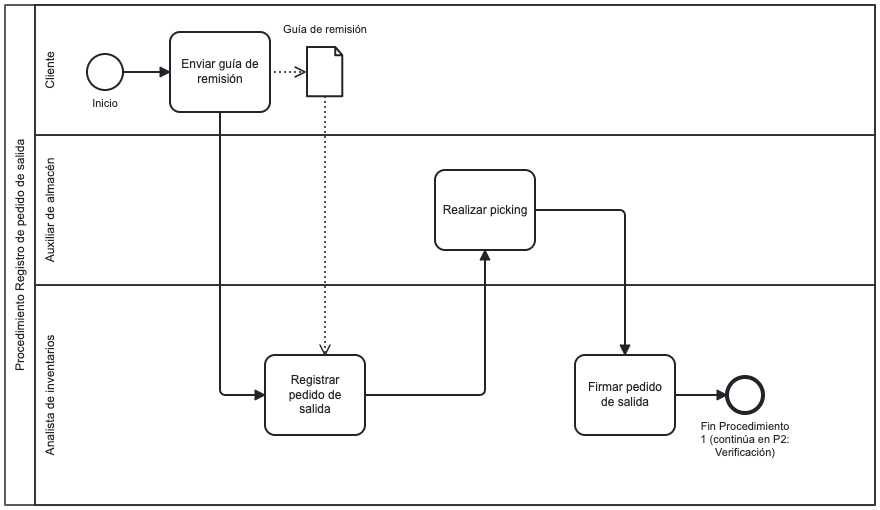
Earlier version of the BPMN export docs/entregable_3/imagenes/des_p1_registro.png (DGO2022/procesos-cologistic). Its source is kept beside it as macro-operativos/despacho/des_p1_registro.bpmn. Ids are renumbered. Source of this version:
```xml
<bpmn:definitions
  xmlns:bpmn="http://www.omg.org/spec/BPMN/20100524/MODEL"
  xmlns:bpmndi="http://www.omg.org/spec/BPMN/20100524/DI"
  xmlns:dc="http://www.omg.org/spec/DD/20100524/DC"
  xmlns:di="http://www.omg.org/spec/DD/20100524/DI" id="Definitions_1" targetNamespace="http://bpmn.io/schema/bpmn" exporter="Camunda Modeler" exporterVersion="5.22.0"
  xmlns:zeebe="http://camunda.org/schema/zeebe/1.0" modeler:executionPlatform="Camunda Cloud" modeler:executionPlatformVersion="8.9.0">
  <bpmn:collaboration id="Collaboration_1">
    <bpmn:participant id="Participant_1" name="Procedimiento Registro de pedido de salida" processRef="Process_Despacho_Registro" />
  </bpmn:collaboration>
  <bpmn:process id="Process_Despacho_Registro" isExecutable="true">
    <bpmn:documentation>Co Logistic SAC — Proceso: Despacho de mercadería
Procedimiento 1: Registro de pedido de salida
Fuente: 2-Despacho.txt, 6-Merchandising.txt, 11-Explicacion_de_reporte-detalle.txt
"Registrar pedido de salida" incluye: código y cantidad por línea, consulta de zona y stock, selección de lote/FV aplicando FEFO si hay varias fechas, y registro de pallets/factor o unidades según unidad comercial.
El Auxiliar realiza el picking físico con la información de zona y ubicación que provee el sistema.
Pools/Lanes: Cliente, Auxiliar de almacén, Analista de inventarios</bpmn:documentation>
    <bpmn:laneSet id="LaneSet_1">
      <bpmn:lane id="Lane_Cliente" name="Cliente">
        <bpmn:flowNodeRef>StartEvent_1</bpmn:flowNodeRef>
        <bpmn:flowNodeRef>Task_1</bpmn:flowNodeRef>
      </bpmn:lane>
      <bpmn:lane id="Lane_Auxiliar" name="Auxiliar de almacén">
        <bpmn:flowNodeRef>Task_2b</bpmn:flowNodeRef>
      </bpmn:lane>
      <bpmn:lane id="Lane_Analista_Inventarios" name="Analista de inventarios">
        <bpmn:flowNodeRef>Task_2</bpmn:flowNodeRef>
        <bpmn:flowNodeRef>Task_3</bpmn:flowNodeRef>
        <bpmn:flowNodeRef>EndEvent_1</bpmn:flowNodeRef>
      </bpmn:lane>
    </bpmn:laneSet>
    <bpmn:startEvent id="StartEvent_1" name="Inicio">
      <bpmn:outgoing>Flow_1</bpmn:outgoing>
    </bpmn:startEvent>
    <bpmn:task id="Task_1" name="Enviar guía de remisión">
      <bpmn:incoming>Flow_1</bpmn:incoming>
      <bpmn:outgoing>Flow_2</bpmn:outgoing>
      <bpmn:dataOutputAssociation id="DataOutputAssociation_1">
        <bpmn:targetRef>DataObjectReference_1</bpmn:targetRef>
      </bpmn:dataOutputAssociation>
    </bpmn:task>
    <bpmn:task id="Task_2" name="Registrar pedido de salida">
      <bpmn:incoming>Flow_2</bpmn:incoming>
      <bpmn:outgoing>Flow_3</bpmn:outgoing>
      <bpmn:property id="Property_1" name="__targetRef_placeholder" />
      <bpmn:dataInputAssociation id="DataInputAssociation_1">
        <bpmn:sourceRef>DataObjectReference_1</bpmn:sourceRef>
        <bpmn:targetRef>Property_1</bpmn:targetRef>
      </bpmn:dataInputAssociation>
    </bpmn:task>
    <bpmn:task id="Task_2b" name="Realizar picking">
      <bpmn:incoming>Flow_3</bpmn:incoming>
      <bpmn:outgoing>Flow_4</bpmn:outgoing>
    </bpmn:task>
    <bpmn:task id="Task_3" name="Firmar pedido de salida">
      <bpmn:incoming>Flow_4</bpmn:incoming>
      <bpmn:outgoing>Flow_5</bpmn:outgoing>
    </bpmn:task>
    <bpmn:endEvent id="EndEvent_1" name="Fin Procedimiento 1 (continúa en P2: Verificación)">
      <bpmn:incoming>Flow_5</bpmn:incoming>
    </bpmn:endEvent>
    <bpmn:sequenceFlow id="Flow_1" sourceRef="StartEvent_1" targetRef="Task_1" />
    <bpmn:sequenceFlow id="Flow_2" sourceRef="Task_1" targetRef="Task_2" />
    <bpmn:sequenceFlow id="Flow_3" sourceRef="Task_2" targetRef="Task_2b" />
    <bpmn:sequenceFlow id="Flow_4" sourceRef="Task_2b" targetRef="Task_3" />
    <bpmn:sequenceFlow id="Flow_5" sourceRef="Task_3" targetRef="EndEvent_1" />
    <bpmn:dataObjectReference id="DataObjectReference_1" name="Guía de remisión" dataObjectRef="DataObject_1" />
    <bpmn:dataObject id="DataObject_1" />
  </bpmn:process>
  <bpmndi:BPMNDiagram id="BPMNDiagram_1">
    <bpmndi:BPMNPlane id="BPMNPlane_1" bpmnElement="Collaboration_1">
      <bpmndi:BPMNShape id="Participant_1_di" bpmnElement="Participant_1" isHorizontal="true">
        <dc:Bounds x="130" y="80" width="870" height="500" />
      </bpmndi:BPMNShape>
      <bpmndi:BPMNShape id="Lane_Analista_Inventarios_di" bpmnElement="Lane_Analista_Inventarios" isHorizontal="true">
        <dc:Bounds x="160" y="360" width="840" height="220" />
      </bpmndi:BPMNShape>
      <bpmndi:BPMNShape id="Lane_Auxiliar_di" bpmnElement="Lane_Auxiliar" isHorizontal="true">
        <dc:Bounds x="160" y="210" width="840" height="150" />
      </bpmndi:BPMNShape>
      <bpmndi:BPMNShape id="Lane_Cliente_di" bpmnElement="Lane_Cliente" isHorizontal="true">
        <dc:Bounds x="160" y="80" width="840" height="130" />
      </bpmndi:BPMNShape>
      <bpmndi:BPMNShape id="StartEvent_1_di" bpmnElement="StartEvent_1">
        <dc:Bounds x="212" y="129" width="36" height="36" />
        <bpmndi:BPMNLabel>
          <dc:Bounds x="215" y="172" width="30" height="14" />
        </bpmndi:BPMNLabel>
      </bpmndi:BPMNShape>
      <bpmndi:BPMNShape id="Task_1_di" bpmnElement="Task_1">
        <dc:Bounds x="295" y="107" width="100" height="80" />
      </bpmndi:BPMNShape>
      <bpmndi:BPMNShape id="Task_2_di" bpmnElement="Task_2">
        <dc:Bounds x="390" y="430" width="100" height="80" />
      </bpmndi:BPMNShape>
      <bpmndi:BPMNShape id="Task_2b_di" bpmnElement="Task_2b">
        <dc:Bounds x="560" y="245" width="100" height="80" />
      </bpmndi:BPMNShape>
      <bpmndi:BPMNShape id="Task_3_di" bpmnElement="Task_3">
        <dc:Bounds x="700" y="430" width="100" height="80" />
      </bpmndi:BPMNShape>
      <bpmndi:BPMNShape id="EndEvent_1_di" bpmnElement="EndEvent_1">
        <dc:Bounds x="852" y="452" width="36" height="36" />
        <bpmndi:BPMNLabel>
          <dc:Bounds x="825" y="495" width="90" height="27" />
        </bpmndi:BPMNLabel>
      </bpmndi:BPMNShape>
      <bpmndi:BPMNShape id="DataObjectReference_1_di" bpmnElement="DataObjectReference_1">
        <dc:Bounds x="432" y="122" width="36" height="50" />
        <bpmndi:BPMNLabel>
          <dc:Bounds x="408" y="98" width="84" height="14" />
        </bpmndi:BPMNLabel>
      </bpmndi:BPMNShape>
      <bpmndi:BPMNEdge id="Flow_1_di" bpmnElement="Flow_1">
        <di:waypoint x="248" y="147" />
        <di:waypoint x="295" y="147" />
      </bpmndi:BPMNEdge>
      <bpmndi:BPMNEdge id="Flow_2_di" bpmnElement="Flow_2">
        <di:waypoint x="345" y="187" />
        <di:waypoint x="345" y="470" />
        <di:waypoint x="390" y="470" />
      </bpmndi:BPMNEdge>
      <bpmndi:BPMNEdge id="Flow_3_di" bpmnElement="Flow_3">
        <di:waypoint x="490" y="470" />
        <di:waypoint x="610" y="470" />
        <di:waypoint x="610" y="325" />
      </bpmndi:BPMNEdge>
      <bpmndi:BPMNEdge id="Flow_4_di" bpmnElement="Flow_4">
        <di:waypoint x="660" y="285" />
        <di:waypoint x="750" y="285" />
        <di:waypoint x="750" y="430" />
      </bpmndi:BPMNEdge>
      <bpmndi:BPMNEdge id="Flow_5_di" bpmnElement="Flow_5">
        <di:waypoint x="800" y="470" />
        <di:waypoint x="852" y="470" />
      </bpmndi:BPMNEdge>
      <bpmndi:BPMNEdge id="DataOutputAssociation_1_di" bpmnElement="DataOutputAssociation_1">
        <di:waypoint x="395" y="147" />
        <di:waypoint x="430" y="147" />
      </bpmndi:BPMNEdge>
      <bpmndi:BPMNEdge id="DataInputAssociation_1_di" bpmnElement="DataInputAssociation_1">
        <di:waypoint x="450" y="172" />
        <di:waypoint x="450" y="430" />
      </bpmndi:BPMNEdge>
    </bpmndi:BPMNPlane>
  </bpmndi:BPMNDiagram>
</bpmn:definitions>
```
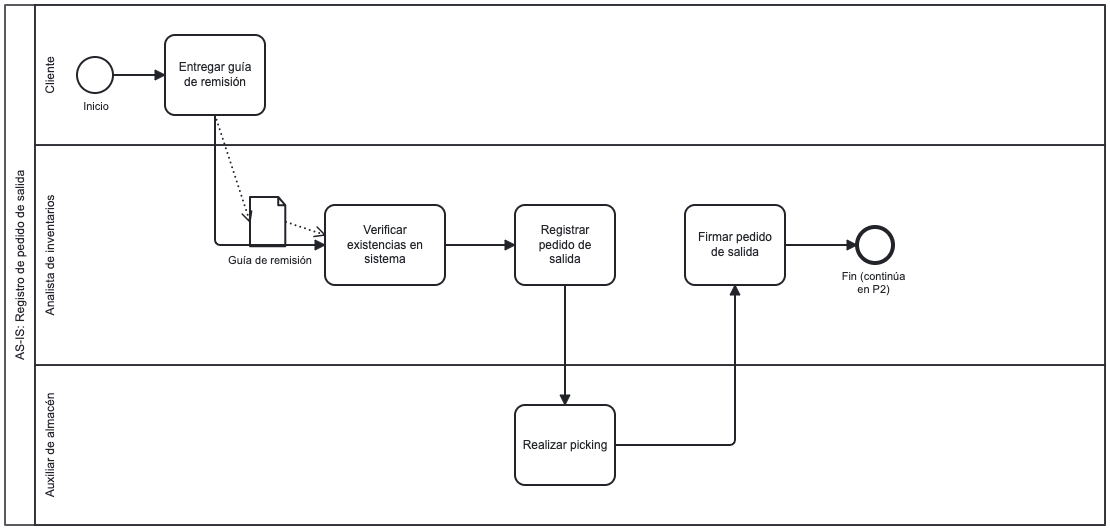
After the commit.

What changed in the source:
```diff
@@ -1,145 +1,155 @@
 <bpmn:definitions
   xmlns:bpmn="http://www.omg.org/spec/BPMN/20100524/MODEL"
+
   xmlns:bpmndi="http://www.omg.org/spec/BPMN/20100524/DI"
+
   xmlns:dc="http://www.omg.org/spec/DD/20100524/DC"
-  xmlns:di="http://www.omg.org/spec/DD/20100524/DI" id="Definitions_1" targetNamespace="http://bpmn.io/schema/bpmn" exporter="Camunda Modeler" exporterVersion="5.22.0"
+
+  xmlns:di="http://www.omg.org/spec/DD/20100524/DI"
+  id="Definitions_1" targetNamespace="http://bpmn.io/schema/bpmn"
+  exporter="Camunda Modeler" exporterVersion="5.22.0"
   xmlns:zeebe="http://camunda.org/schema/zeebe/1.0" modeler:executionPlatform="Camunda Cloud" modeler:executionPlatformVersion="8.9.0">
   <bpmn:collaboration id="Collaboration_1">
-    <bpmn:participant id="Participant_1" name="Procedimiento Registro de pedido de salida" processRef="Process_Despacho_Registro" />
+    <bpmn:participant id="Participant_1" name="AS-IS: Registro de pedido de salida" processRef="Proc_des_p1" />
   </bpmn:collaboration>
-  <bpmn:process id="Process_Despacho_Registro" isExecutable="true">
-    <bpmn:documentation>Co Logistic SAC — Proceso: Despacho de mercadería
-Procedimiento 1: Registro de pedido de salida
-Fuente: 2-Despacho.txt, 6-Merchandising.txt, 11-Explicacion_de_reporte-detalle.txt
-"Registrar pedido de salida" incluye: código y cantidad por línea, consulta de zona y stock, selección de lote/FV aplicando FEFO si hay varias fechas, y registro de pallets/factor o unidades según unidad comercial.
-El Auxiliar realiza el picking físico con la información de zona y ubicación que provee el sistema.
-Pools/Lanes: Cliente, Auxiliar de almacén, Analista de inventarios</bpmn:documentation>
+  <bpmn:process id="Proc_des_p1" isExecutable="true">
+    <bpmn:documentation>AS-IS — Despacho P1. El analista verifica existencias en sistema antes de registrar el pedido de salida. La guía del cliente describe qué debe salir.</bpmn:documentation>
     <bpmn:laneSet id="LaneSet_1">
-      <bpmn:lane id="Lane_Cliente" name="Cliente">
-        <bpmn:flowNodeRef>StartEvent_1</bpmn:flowNodeRef>
-        <bpmn:flowNodeRef>Task_1</bpmn:flowNodeRef>
+      <bpmn:lane id="LC" name="Cliente">
+        <bpmn:flowNodeRef>Start_1</bpmn:flowNodeRef>
+        <bpmn:flowNodeRef>T1</bpmn:flowNodeRef>
       </bpmn:lane>
-      <bpmn:lane id="Lane_Auxiliar" name="Auxiliar de almacén">
-        <bpmn:flowNodeRef>Task_2b</bpmn:flowNodeRef>
+      <bpmn:lane id="LA" name="Analista de inventarios">
+        <bpmn:flowNodeRef>T2</bpmn:flowNodeRef>
+        <bpmn:flowNodeRef>T3</bpmn:flowNodeRef>
+        <bpmn:flowNodeRef>T5</bpmn:flowNodeRef>
+        <bpmn:flowNodeRef>End_1</bpmn:flowNodeRef>
       </bpmn:lane>
-      <bpmn:lane id="Lane_Analista_Inventarios" name="Analista de inventarios">
-        <bpmn:flowNodeRef>Task_2</bpmn:flowNodeRef>
-        <bpmn:flowNodeRef>Task_3</bpmn:flowNodeRef>
-        <bpmn:flowNodeRef>EndEvent_1</bpmn:flowNodeRef>
+      <bpmn:lane id="LAux" name="Auxiliar de almacén">
+        <bpmn:flowNodeRef>T4</bpmn:flowNodeRef>
       </bpmn:lane>
     </bpmn:laneSet>
-    <bpmn:startEvent id="StartEvent_1" name="Inicio">
-      <bpmn:outgoing>Flow_1</bpmn:outgoing>
+    <bpmn:dataObject id="DO_guia" name="Guía de remisión"/>
+    <bpmn:dataObjectReference id="DOR_guia" name="Guía de remisión" dataObjectRef="DO_guia"/>
+    <bpmn:startEvent id="Start_1" name="Inicio">
+      <bpmn:outgoing>F1</bpmn:outgoing>
     </bpmn:startEvent>
-    <bpmn:task id="Task_1" name="Enviar guía de remisión">
-      <bpmn:incoming>Flow_1</bpmn:incoming>
-      <bpmn:outgoing>Flow_2</bpmn:outgoing>
-      <bpmn:dataOutputAssociation id="DataOutputAssociation_1">
-        <bpmn:targetRef>DataObjectReference_1</bpmn:targetRef>
+    <bpmn:task id="T1" name="Entregar guía de remisión">
+      <bpmn:incoming>F1</bpmn:incoming>
+      <bpmn:outgoing>F2</bpmn:outgoing>
+      <bpmn:dataOutputAssociation id="DOA1">
+        <bpmn:targetRef>DOR_guia</bpmn:targetRef>
       </bpmn:dataOutputAssociation>
     </bpmn:task>
-    <bpmn:task id="Task_2" name="Registrar pedido de salida">
-      <bpmn:incoming>Flow_2</bpmn:incoming>
-      <bpmn:outgoing>Flow_3</bpmn:outgoing>
-      <bpmn:property id="Property_1" name="__targetRef_placeholder" />
-      <bpmn:dataInputAssociation id="DataInputAssociation_1">
-        <bpmn:sourceRef>DataObjectReference_1</bpmn:sourceRef>
-        <bpmn:targetRef>Property_1</bpmn:targetRef>
+    <bpmn:task id="T2" name="Verificar existencias en sistema">
+      <bpmn:incoming>F2</bpmn:incoming>
+      <bpmn:outgoing>F3</bpmn:outgoing>
+      <bpmn:dataInputAssociation id="DIA1">
+        <bpmn:sourceRef>DOR_guia</bpmn:sourceRef>
       </bpmn:dataInputAssociation>
     </bpmn:task>
-    <bpmn:task id="Task_2b" name="Realizar picking">
-      <bpmn:incoming>Flow_3</bpmn:incoming>
-      <bpmn:outgoing>Flow_4</bpmn:outgoing>
+    <bpmn:task id="T3" name="Registrar pedido de salida">
+      <bpmn:incoming>F3</bpmn:incoming>
+      <bpmn:outgoing>F4</bpmn:outgoing>
     </bpmn:task>
-    <bpmn:task id="Task_3" name="Firmar pedido de salida">
-      <bpmn:incoming>Flow_4</bpmn:incoming>
-      <bpmn:outgoing>Flow_5</bpmn:outgoing>
+    <bpmn:task id="T4" name="Realizar picking">
+      <bpmn:incoming>F4</bpmn:incoming>
+      <bpmn:outgoing>F5</bpmn:outgoing>
     </bpmn:task>
-    <bpmn:endEvent id="EndEvent_1" name="Fin Procedimiento 1 (continúa en P2: Verificación)">
-      <bpmn:incoming>Flow_5</bpmn:incoming>
+    <bpmn:task id="T5" name="Firmar pedido de salida">
+      <bpmn:incoming>F5</bpmn:incoming>
+      <bpmn:outgoing>F6</bpmn:outgoing>
+    </bpmn:task>
+    <bpmn:endEvent id="End_1" name="Fin (continúa en P2)">
+      <bpmn:incoming>F6</bpmn:incoming>
     </bpmn:endEvent>
-    <bpmn:sequenceFlow id="Flow_1" sourceRef="StartEvent_1" targetRef="Task_1" />
-    <bpmn:sequenceFlow id="Flow_2" sourceRef="Task_1" targetRef="Task_2" />
-    <bpmn:sequenceFlow id="Flow_3" sourceRef="Task_2" targetRef="Task_2b" />
-    <bpmn:sequenceFlow id="Flow_4" sourceRef="Task_2b" targetRef="Task_3" />
-    <bpmn:sequenceFlow id="Flow_5" sourceRef="Task_3" targetRef="EndEvent_1" />
-    <bpmn:dataObjectReference id="DataObjectReference_1" name="Guía de remisión" dataObjectRef="DataObject_1" />
-    <bpmn:dataObject id="DataObject_1" />
+    <bpmn:sequenceFlow id="F1" sourceRef="Start_1" targetRef="T1"/>
+    <bpmn:sequenceFlow id="F2" sourceRef="T1" targetRef="T2"/>
+    <bpmn:sequenceFlow id="F3" sourceRef="T2" targetRef="T3"/>
+    <bpmn:sequenceFlow id="F4" sourceRef="T3" targetRef="T4"/>
+    <bpmn:sequenceFlow id="F5" sourceRef="T4" targetRef="T5"/>
+    <bpmn:sequenceFlow id="F6" sourceRef="T5" targetRef="End_1"/>
   </bpmn:process>
   <bpmndi:BPMNDiagram id="BPMNDiagram_1">
     <bpmndi:BPMNPlane id="BPMNPlane_1" bpmnElement="Collaboration_1">
-      <bpmndi:BPMNShape id="Participant_1_di" bpmnElement="Participant_1" isHorizontal="true">
-        <dc:Bounds x="130" y="80" width="870" height="500" />
+      <bpmndi:BPMNShape id="P_di" bpmnElement="Participant_1" isHorizontal="true">
+        <dc:Bounds x="130" y="80" width="1100" height="520"/>
       </bpmndi:BPMNShape>
-      <bpmndi:BPMNShape id="Lane_Analista_Inventarios_di" bpmnElement="Lane_Analista_Inventarios" isHorizontal="true">
-        <dc:Bounds x="160" y="360" width="840" height="220" />
+      <bpmndi:BPMNShape id="LC_di" bpmnElement="LC" isHorizontal="true">
+        <dc:Bounds x="160" y="80" width="1070" height="140"/>
       </bpmndi:BPMNShape>
-      <bpmndi:BPMNShape id="Lane_Auxiliar_di" bpmnElement="Lane_Auxiliar" isHorizontal="true">
-        <dc:Bounds x="160" y="210" width="840" height="150" />
+      <bpmndi:BPMNShape id="LA_di" bpmnElement="LA" isHorizontal="true">
+        <dc:Bounds x="160" y="220" width="1070" height="220"/>
       </bpmndi:BPMNShape>
-      <bpmndi:BPMNShape id="Lane_Cliente_di" bpmnElement="Lane_Cliente" isHorizontal="true">
-        <dc:Bounds x="160" y="80" width="840" height="130" />
+      <bpmndi:BPMNShape id="LAux_di" bpmnElement="LAux" isHorizontal="true">
+        <dc:Bounds x="160" y="440" width="1070" height="160"/>
       </bpmndi:BPMNShape>
-      <bpmndi:BPMNShape id="StartEvent_1_di" bpmnElement="StartEvent_1">
-        <dc:Bounds x="212" y="129" width="36" height="36" />
+      <bpmndi:BPMNShape id="Start_di" bpmnElement="Start_1">
+        <dc:Bounds x="202" y="132" width="36" height="36"/>
         <bpmndi:BPMNLabel>
-          <dc:Bounds x="215" y="172" width="30" height="14" />
+          <dc:Bounds x="197" y="175" width="48" height="14"/>
         </bpmndi:BPMNLabel>
       </bpmndi:BPMNShape>
-      <bpmndi:BPMNShape id="Task_1_di" bpmnElement="Task_1">
-        <dc:Bounds x="295" y="107" width="100" height="80" />
+      <bpmndi:BPMNShape id="T1_di" bpmnElement="T1">
+        <dc:Bounds x="290" y="110" width="100" height="80"/>
       </bpmndi:BPMNShape>
-      <bpmndi:BPMNShape id="Task_2_di" bpmnElement="Task_2">
-        <dc:Bounds x="390" y="430" width="100" height="80" />
-      </bpmndi:BPMNShape>
-      <bpmndi:BPMNShape id="Task_2b_di" bpmnElement="Task_2b">
-        <dc:Bounds x="560" y="245" width="100" height="80" />
-      </bpmndi:BPMNShape>
-      <bpmndi:BPMNShape id="Task_3_di" bpmnElement="Task_3">
-        <dc:Bounds x="700" y="430" width="100" height="80" />
-      </bpmndi:BPMNShape>
-      <bpmndi:BPMNShape id="EndEvent_1_di" bpmnElement="EndEvent_1">
-        <dc:Bounds x="852" y="452" width="36" height="36" />
+      <bpmndi:BPMNShape id="DOR_guia_di" bpmnElement="DOR_guia">
+        <dc:Bounds x="375" y="272" width="36" height="50"/>
         <bpmndi:BPMNLabel>
-          <dc:Bounds x="825" y="495" width="90" height="27" />
+          <dc:Bounds x="352" y="329" width="85" height="27"/>
         </bpmndi:BPMNLabel>
       </bpmndi:BPMNShape>
-      <bpmndi:BPMNShape id="DataObjectReference_1_di" bpmnElement="DataObjectReference_1">
-        <dc:Bounds x="432" y="122" width="36" height="50" />
+      <bpmndi:BPMNShape id="T2_di" bpmnElement="T2">
+        <dc:Bounds x="450" y="280" width="120" height="80"/>
+      </bpmndi:BPMNShape>
+      <bpmndi:BPMNShape id="T3_di" bpmnElement="T3">
+        <dc:Bounds x="640" y="280" width="100" height="80"/>
+      </bpmndi:BPMNShape>
+      <bpmndi:BPMNShape id="T4_di" bpmnElement="T4">
+        <dc:Bounds x="640" y="480" width="100" height="80"/>
+      </bpmndi:BPMNShape>
+      <bpmndi:BPMNShape id="T5_di" bpmnElement="T5">
+        <dc:Bounds x="810" y="280" width="100" height="80"/>
+      </bpmndi:BPMNShape>
+      <bpmndi:BPMNShape id="End_di" bpmnElement="End_1">
+        <dc:Bounds x="982" y="302" width="36" height="36"/>
         <bpmndi:BPMNLabel>
-          <dc:Bounds x="408" y="98" width="84" height="14" />
+          <dc:Bounds x="960" y="345" width="76" height="27"/>
         </bpmndi:BPMNLabel>
       </bpmndi:BPMNShape>
-      <bpmndi:BPMNEdge id="Flow_1_di" bpmnElement="Flow_1">
-        <di:waypoint x="248" y="147" />
-        <di:waypoint x="295" y="147" />
+      <bpmndi:BPMNEdge id="F1_di" bpmnElement="F1">
+        <di:waypoint x="238" y="150"/>
+        <di:waypoint x="290" y="150"/>
       </bpmndi:BPMNEdge>
-      <bpmndi:BPMNEdge id="Flow_2_di" bpmnElement="Flow_2">
-        <di:waypoint x="345" y="187" />
-        <di:waypoint x="345" y="470" />
-        <di:waypoint x="390" y="470" />
+      <bpmndi:BPMNEdge id="F2_di" bpmnElement="F2">
+        <di:waypoint x="340" y="190"/>
+        <di:waypoint x="340" y="320"/>
+        <di:waypoint x="450" y="320"/>
       </bpmndi:BPMNEdge>
-      <bpmndi:BPMNEdge id="Flow_3_di" bpmnElement="Flow_3">
-        <di:waypoint x="490" y="470" />
-        <di:waypoint x="610" y="470" />
-        <di:waypoint x="610" y="325" />
+      <bpmndi:BPMNEdge id="DOA1_di" bpmnElement="DOA1">
+        <di:waypoint x="340" y="190"/>
+        <di:waypoint x="375" y="297"/>
       </bpmndi:BPMNEdge>
-      <bpmndi:BPMNEdge id="Flow_4_di" bpmnElement="Flow_4">
-        <di:waypoint x="660" y="285" />
-        <di:waypoint x="750" y="285" />
-        <di:waypoint x="750" y="430" />
+      <bpmndi:BPMNEdge id="DIA1_di" bpmnElement="DIA1">
+        <di:waypoint x="411" y="297"/>
+        <di:waypoint x="450" y="310"/>
       </bpmndi:BPMNEdge>
-      <bpmndi:BPMNEdge id="Flow_5_di" bpmnElement="Flow_5">
-        <di:waypoint x="800" y="470" />
-        <di:waypoint x="852" y="470" />
+      <bpmndi:BPMNEdge id="F3_di" bpmnElement="F3">
+        <di:waypoint x="570" y="320"/>
+        <di:waypoint x="640" y="320"/>
       </bpmndi:BPMNEdge>
-      <bpmndi:BPMNEdge id="DataOutputAssociation_1_di" bpmnElement="DataOutputAssociation_1">
-        <di:waypoint x="395" y="147" />
-        <di:waypoint x="430" y="147" />
+      <bpmndi:BPMNEdge id="F4_di" bpmnElement="F4">
+        <di:waypoint x="690" y="360"/>
+        <di:waypoint x="690" y="480"/>
       </bpmndi:BPMNEdge>
-      <bpmndi:BPMNEdge id="DataInputAssociation_1_di" bpmnElement="DataInputAssociation_1">
-        <di:waypoint x="450" y="172" />
-        <di:waypoint x="450" y="430" />
+      <bpmndi:BPMNEdge id="F5_di" bpmnElement="F5">
+        <di:waypoint x="740" y="520"/>
+        <di:waypoint x="860" y="520"/>
+        <di:waypoint x="860" y="360"/>
+      </bpmndi:BPMNEdge>
+      <bpmndi:BPMNEdge id="F6_di" bpmnElement="F6">
+        <di:waypoint x="910" y="320"/>
+        <di:waypoint x="982" y="320"/>
       </bpmndi:BPMNEdge>
     </bpmndi:BPMNPlane>
   </bpmndi:BPMNDiagram>
```
